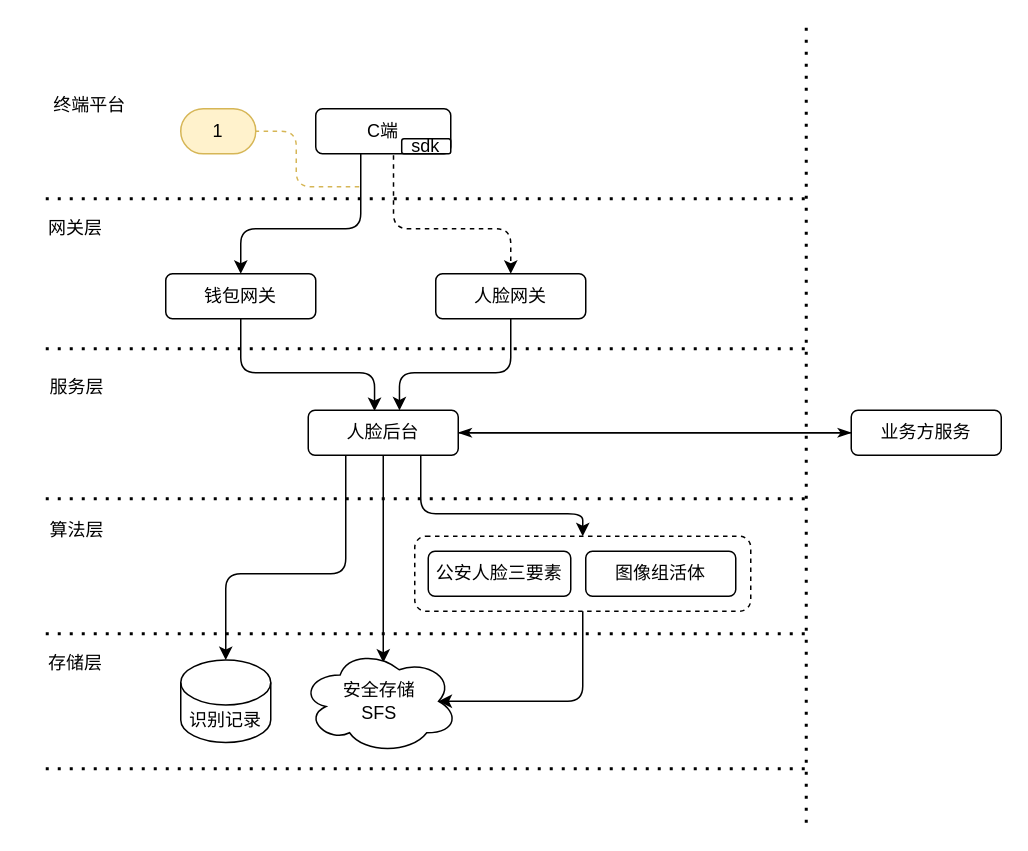
Earlier version of the draw.io diagram 人脸系统结果-标注.drawio (hua66ForFreedom/JustForTest). Source tidied: cells renumbered, new cells numbered last; positions are measured from the earlier drawing's top-left corner, leaving out a move shared by most shapes. Both pictures are drawn from the tidied source at 150%, with x=0, y=0 at pixel (26, 27).
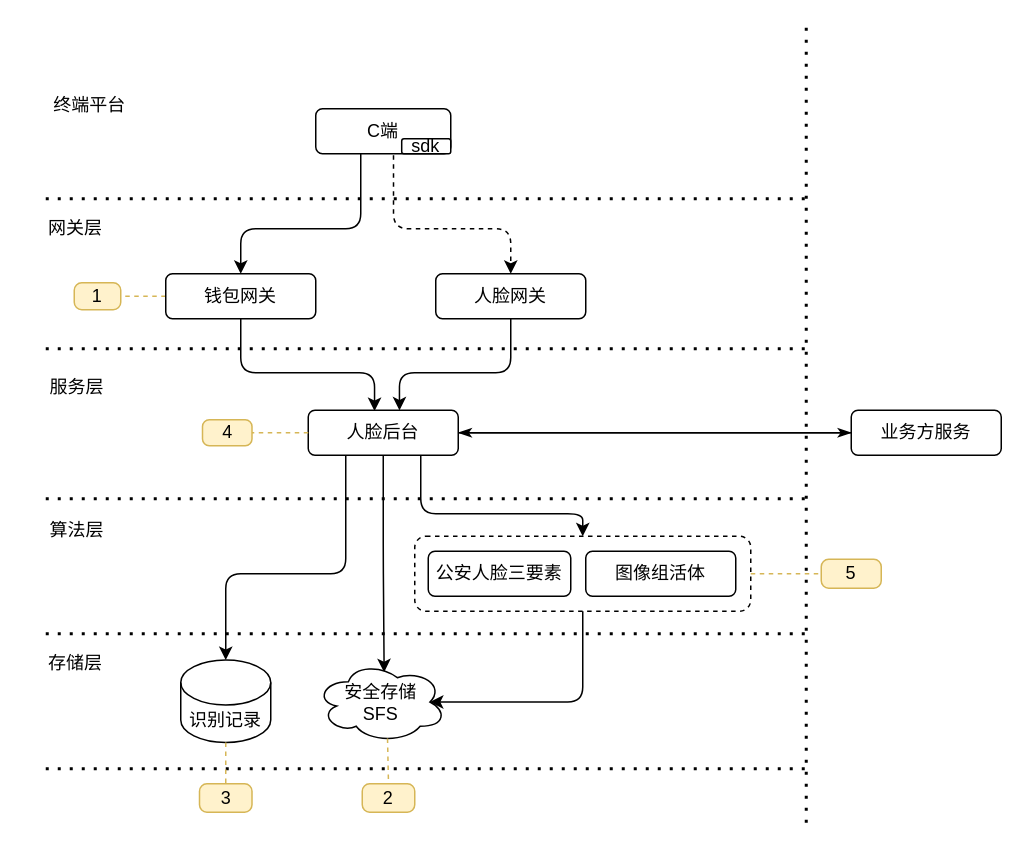
The same page after the edit.

Commit message:
Update 人脸系统结果-标注.drawio

The change refers to these unchanged cells:
```xml
<mxCell id="9" value="钱包网关" style="rounded=1;whiteSpace=wrap;html=1;" parent="1" vertex="1">
  <mxGeometry x="93" y="164" width="100" height="30" as="geometry" />
</mxCell>
<mxCell id="17" value="人脸后台" style="rounded=1;whiteSpace=wrap;html=1;" parent="1" vertex="1">
  <mxGeometry x="188" y="255" width="100" height="30" as="geometry" />
</mxCell>
<mxCell id="32" style="rounded=1;whiteSpace=wrap;html=1;fillColor=none;dashed=1;strokeWidth=1;" parent="1" vertex="1">
  <mxGeometry x="259" y="339" width="224" height="50" as="geometry" />
</mxCell>
```

Change to the diagram source:
```diff
@@
-    <mxCell id="2" value="1" style="whiteSpace=wrap;html=1;rounded=1;arcSize=50;align=center;verticalAlign=middle;strokeWidth=1;spacing=4;newEdgeStyle={&quot;edgeStyle&quot;:&quot;entityRelationEdgeStyle&quot;,&quot;startArrow&quot;:&quot;none&quot;,&quot;endArrow&quot;:&quot;none&quot;,&quot;segment&quot;:10,&quot;curved&quot;:1};fillColor=#fff2cc;direction=east;strokeColor=#d6b656;" parent="1" vertex="1">
-      <mxGeometry x="103" y="54" width="50" height="30" as="geometry" />
+    <mxCell id="2" value="1" style="whiteSpace=wrap;html=1;rounded=1;arcSize=28;align=center;verticalAlign=middle;strokeWidth=1;spacing=4;newEdgeStyle={&quot;edgeStyle&quot;:&quot;entityRelationEdgeStyle&quot;,&quot;startArrow&quot;:&quot;none&quot;,&quot;endArrow&quot;:&quot;none&quot;,&quot;segment&quot;:10,&quot;curved&quot;:1};fillColor=#fff2cc;direction=east;strokeColor=#d6b656;" parent="1" vertex="1">
+      <mxGeometry x="32" y="170" width="31" height="18" as="geometry" />
     </mxCell>
-    <mxCell id="3" style="startArrow=none;endArrow=none;segment=10;entryX=1;entryY=0.5;entryDx=0;entryDy=0;dashed=1;strokeWidth=1;fillColor=#fff2cc;strokeColor=#d6b656;" parent="1" edge="1" target="2">
-      <mxGeometry relative="1" as="geometry">
-        <mxPoint x="222" y="106" as="sourcePoint" />
-        <Array as="points">
-          <mxPoint x="180" y="106" />
-          <mxPoint x="180" y="69" />
-        </Array>
-      </mxGeometry>
+    <mxCell id="3" style="startArrow=none;endArrow=none;segment=10;entryX=1;entryY=0.5;entryDx=0;entryDy=0;dashed=1;strokeWidth=1;fillColor=#fff2cc;strokeColor=#d6b656;exitX=0;exitY=0.5;exitDx=0;exitDy=0;" parent="1" edge="1" source="9" target="2">
+      <mxGeometry relative="1" as="geometry" />
     </mxCell>
@@
     <mxCell id="20" value="安全存储&lt;br&gt;SFS" style="ellipse;shape=cloud;whiteSpace=wrap;html=1;" parent="1" vertex="1">
-      <mxGeometry x="183" y="414" width="105" height="70" as="geometry" />
+      <mxGeometry x="193" y="422.5" width="87" height="54" as="geometry" />
     </mxCell>
@@
-    <mxCell id="33" value="识别记录" style="shape=cylinder3;whiteSpace=wrap;html=1;boundedLbl=1;backgroundOutline=1;size=15;strokeWidth=1;fillColor=none;" parent="1" vertex="1">
+    <mxCell id="33" value="识别记录" style="shape=cylinder3;whiteSpace=wrap;html=1;boundedLbl=1;backgroundOutline=1;size=15;strokeWidth=1;fillColor=#FFFFFF;" parent="1" vertex="1">
       <mxGeometry x="103" y="421.5" width="60" height="55" as="geometry" />
     </mxCell>
@@
+    <mxCell id="37" value="2" style="whiteSpace=wrap;html=1;rounded=1;arcSize=26;align=center;verticalAlign=middle;strokeWidth=1;spacing=4;newEdgeStyle={&quot;edgeStyle&quot;:&quot;entityRelationEdgeStyle&quot;,&quot;startArrow&quot;:&quot;none&quot;,&quot;endArrow&quot;:&quot;none&quot;,&quot;segment&quot;:10,&quot;curved&quot;:1};fillColor=#fff2cc;direction=east;strokeColor=#d6b656;" parent="1" vertex="1" collapsed="1">
+      <mxGeometry x="224" y="504" width="35" height="19" as="geometry" />
+    </mxCell>
+    <mxCell id="38" style="startArrow=none;endArrow=none;segment=10;entryX=0.5;entryY=0;entryDx=0;entryDy=0;dashed=1;strokeWidth=1;fillColor=#fff2cc;strokeColor=#d6b656;exitX=0.55;exitY=0.95;exitDx=0;exitDy=0;exitPerimeter=0;" parent="1" edge="1" source="20" target="37">
+      <mxGeometry relative="1" as="geometry" />
+    </mxCell>
+    <mxCell id="39" value="3" style="whiteSpace=wrap;html=1;rounded=1;arcSize=26;align=center;verticalAlign=middle;strokeWidth=1;spacing=4;newEdgeStyle={&quot;edgeStyle&quot;:&quot;entityRelationEdgeStyle&quot;,&quot;startArrow&quot;:&quot;none&quot;,&quot;endArrow&quot;:&quot;none&quot;,&quot;segment&quot;:10,&quot;curved&quot;:1};fillColor=#fff2cc;direction=east;strokeColor=#d6b656;" parent="1" vertex="1" collapsed="1">
+      <mxGeometry x="115.5" y="504" width="35" height="19" as="geometry" />
+    </mxCell>
+    <mxCell id="40" style="startArrow=none;endArrow=none;segment=10;entryX=0.5;entryY=0;entryDx=0;entryDy=0;dashed=1;strokeWidth=1;fillColor=#fff2cc;strokeColor=#d6b656;exitX=0.5;exitY=1;exitDx=0;exitDy=0;exitPerimeter=0;" parent="1" edge="1" source="33" target="39">
+      <mxGeometry relative="1" as="geometry" />
+    </mxCell>
+    <mxCell id="41" value="5" style="whiteSpace=wrap;html=1;rounded=1;arcSize=26;align=center;verticalAlign=middle;strokeWidth=1;spacing=4;newEdgeStyle={&quot;edgeStyle&quot;:&quot;entityRelationEdgeStyle&quot;,&quot;startArrow&quot;:&quot;none&quot;,&quot;endArrow&quot;:&quot;none&quot;,&quot;segment&quot;:10,&quot;curved&quot;:1};fillColor=#fff2cc;direction=east;strokeColor=#d6b656;" parent="1" vertex="1" collapsed="1">
+      <mxGeometry x="530" y="354.4" width="40" height="19.2" as="geometry" />
+    </mxCell>
+    <mxCell id="42" style="startArrow=none;endArrow=none;segment=10;entryX=0;entryY=0.5;entryDx=0;entryDy=0;dashed=1;strokeWidth=1;fillColor=#fff2cc;strokeColor=#d6b656;exitX=1;exitY=0.5;exitDx=0;exitDy=0;" parent="1" edge="1" source="32" target="41">
+      <mxGeometry relative="1" as="geometry" />
+    </mxCell>
+    <mxCell id="43" style="startArrow=none;endArrow=none;segment=10;entryX=0;entryY=0.5;entryDx=0;entryDy=0;dashed=1;strokeWidth=1;fillColor=#fff2cc;strokeColor=#d6b656;exitX=0;exitY=0.5;exitDx=0;exitDy=0;" parent="1" edge="1" source="17" target="44">
+      <mxGeometry relative="1" as="geometry" />
+    </mxCell>
+    <mxCell id="44" value="4" style="whiteSpace=wrap;html=1;rounded=1;arcSize=26;align=center;verticalAlign=middle;strokeWidth=1;spacing=4;newEdgeStyle={&quot;edgeStyle&quot;:&quot;entityRelationEdgeStyle&quot;,&quot;startArrow&quot;:&quot;none&quot;,&quot;endArrow&quot;:&quot;none&quot;,&quot;segment&quot;:10,&quot;curved&quot;:1};fillColor=#fff2cc;direction=east;strokeColor=#d6b656;" parent="1" vertex="1" collapsed="1">
+      <mxGeometry x="117.5" y="261.3" width="33" height="17.4" as="geometry" />
+    </mxCell>
```
